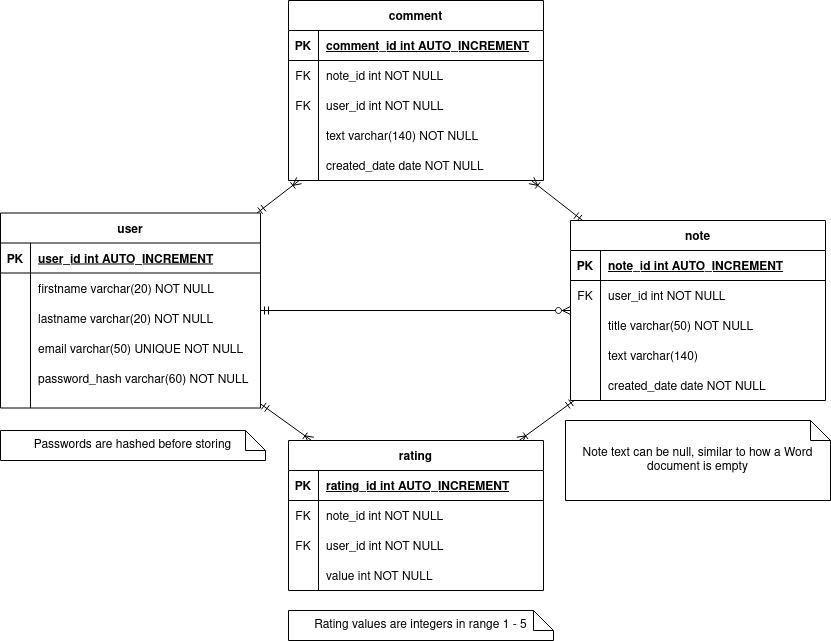
Before: docs/data_models.png, a diagram exported from draw.io (tha0pham/note-app). Source tidied: cells renumbered, new cells last; positions are measured from the earlier drawing's top-left corner, leaving out a move shared by most shapes.
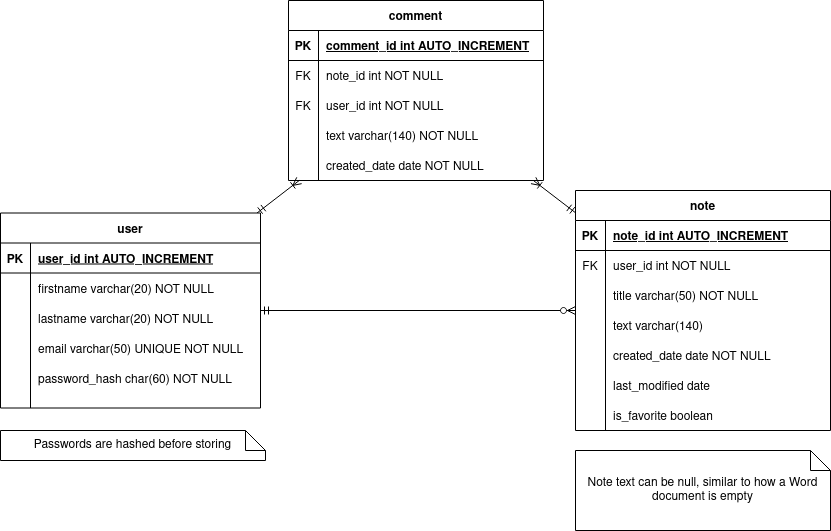
The same file after the commit.

Change to the diagram source:
```diff
@@ -2,14 +2,11 @@
   <root>
     <mxCell id="0" />
     <mxCell id="1" parent="0" />
-    <mxCell id="2" style="rounded=0;jettySize=auto;html=1;endArrow=ERoneToMany;endFill=0;startArrow=ERmandOne;startFill=0;" parent="1" edge="1" source="4" target="55">
-      <mxGeometry relative="1" as="geometry" />
-    </mxCell>
     <mxCell id="3" style="rounded=0;jettySize=auto;html=1;endArrow=ERoneToMany;endFill=0;startArrow=ERmandOne;startFill=0;" parent="1" edge="1" source="4" target="20">
       <mxGeometry relative="1" as="geometry" />
     </mxCell>
     <mxCell id="4" value="note" style="shape=table;startSize=30;rowLines=0;fontStyle=1;align=center;" parent="1" vertex="1">
-      <mxGeometry x="570" y="220" width="255" height="180" as="geometry" />
+      <mxGeometry x="575" y="190" width="255" height="240" as="geometry" />
     </mxCell>
     <mxCell id="5" style="shape=partialRectangle;fillColor=none;top=0;left=0;right=0;bottom=1;" parent="4" vertex="1">
       <mxGeometry y="30" width="255" height="30" as="geometry" />
@@ -56,6 +53,24 @@
     <mxCell id="19" value="created_date date NOT NULL" style="shape=partialRectangle;overflow=hidden;fillColor=none;top=0;left=0;bottom=0;right=0;align=left;spacingLeft=6;" parent="17" vertex="1">
       <mxGeometry x="30" width="225" height="30" as="geometry" />
     </mxCell>
+    <mxCell id="71" style="shape=partialRectangle;fillColor=none;top=0;left=0;right=0;bottom=0;" parent="4" vertex="1">
+      <mxGeometry y="180" width="255" height="30" as="geometry" />
+    </mxCell>
+    <mxCell id="72" style="shape=partialRectangle;overflow=hidden;fillColor=none;top=0;left=0;bottom=0;right=0;" parent="71" vertex="1">
+      <mxGeometry width="30" height="30" as="geometry" />
+    </mxCell>
+    <mxCell id="73" value="last_modified date" style="shape=partialRectangle;overflow=hidden;fillColor=none;top=0;left=0;bottom=0;right=0;align=left;spacingLeft=6;" parent="71" vertex="1">
+      <mxGeometry x="30" width="225" height="30" as="geometry" />
+    </mxCell>
+    <mxCell id="74" style="shape=partialRectangle;fillColor=none;top=0;left=0;right=0;bottom=0;" parent="4" vertex="1">
+      <mxGeometry y="210" width="255" height="30" as="geometry" />
+    </mxCell>
+    <mxCell id="75" style="shape=partialRectangle;overflow=hidden;fillColor=none;top=0;left=0;bottom=0;right=0;" parent="74" vertex="1">
+      <mxGeometry width="30" height="30" as="geometry" />
+    </mxCell>
+    <mxCell id="76" value="is_favorite boolean" style="shape=partialRectangle;overflow=hidden;fillColor=none;top=0;left=0;bottom=0;right=0;align=left;spacingLeft=6;" parent="74" vertex="1">
+      <mxGeometry x="30" width="225" height="30" as="geometry" />
+    </mxCell>
     <mxCell id="20" value="comment" style="shape=table;startSize=30;rowLines=0;fontStyle=1;align=center;" parent="1" vertex="1">
       <mxGeometry x="288" width="255" height="180" as="geometry" />
     </mxCell>
@@ -110,9 +125,6 @@
     <mxCell id="37" style="rounded=0;jettySize=auto;html=1;endArrow=ERzeroToMany;endFill=1;startArrow=ERmandOne;startFill=0;" parent="1" edge="1" source="39" target="4">
       <mxGeometry relative="1" as="geometry" />
     </mxCell>
-    <mxCell id="38" style="rounded=0;jettySize=auto;html=1;endArrow=ERoneToMany;endFill=0;startArrow=ERmandOne;startFill=0;" parent="1" edge="1" source="39" target="55">
-      <mxGeometry relative="1" as="geometry" />
-    </mxCell>
     <mxCell id="39" value="user" style="shape=table;startSize=30;rowLines=0;fontStyle=1;align=center;" parent="1" vertex="1">
       <mxGeometry y="212.5" width="260" height="195" as="geometry" />
     </mxCell>
@@ -158,56 +170,14 @@
     <mxCell id="53" style="shape=partialRectangle;overflow=hidden;fillColor=none;top=0;left=0;bottom=0;right=0;" parent="52" vertex="1">
       <mxGeometry width="30" height="30" as="geometry" />
     </mxCell>
-    <mxCell id="54" value="password_hash varchar(60) NOT NULL" style="shape=partialRectangle;overflow=hidden;fillColor=none;top=0;left=0;bottom=0;right=0;align=left;spacingLeft=6;" parent="52" vertex="1">
+    <mxCell id="54" value="password_hash char(60) NOT NULL" style="shape=partialRectangle;overflow=hidden;fillColor=none;top=0;left=0;bottom=0;right=0;align=left;spacingLeft=6;" parent="52" vertex="1">
       <mxGeometry x="30" width="230" height="30" as="geometry" />
     </mxCell>
-    <mxCell id="55" value="rating" style="shape=table;startSize=30;rowLines=0;fontStyle=1;align=center;" parent="1" vertex="1">
-      <mxGeometry x="288" y="440" width="255" height="150" as="geometry" />
-    </mxCell>
-    <mxCell id="56" style="shape=partialRectangle;fillColor=none;top=0;left=0;right=0;bottom=1;" parent="55" vertex="1">
-      <mxGeometry y="30" width="255" height="30" as="geometry" />
-    </mxCell>
-    <mxCell id="57" value="PK" style="shape=partialRectangle;overflow=hidden;fillColor=none;top=0;left=0;bottom=0;right=0;fontStyle=1;" parent="56" vertex="1">
-      <mxGeometry width="30" height="30" as="geometry" />
-    </mxCell>
-    <mxCell id="58" value="rating_id int AUTO_INCREMENT " style="shape=partialRectangle;overflow=hidden;fillColor=none;top=0;left=0;bottom=0;right=0;align=left;spacingLeft=6;fontStyle=5;" parent="56" vertex="1">
-      <mxGeometry x="30" width="225" height="30" as="geometry" />
-    </mxCell>
-    <mxCell id="59" style="shape=partialRectangle;fillColor=none;top=0;left=0;right=0;bottom=0;" parent="55" vertex="1">
-      <mxGeometry y="60" width="255" height="30" as="geometry" />
-    </mxCell>
-    <mxCell id="60" value="FK" style="shape=partialRectangle;overflow=hidden;fillColor=none;top=0;left=0;bottom=0;right=0;" parent="59" vertex="1">
-      <mxGeometry width="30" height="30" as="geometry" />
-    </mxCell>
-    <mxCell id="61" value="note_id int NOT NULL" style="shape=partialRectangle;overflow=hidden;fillColor=none;top=0;left=0;bottom=0;right=0;align=left;spacingLeft=6;" parent="59" vertex="1">
-      <mxGeometry x="30" width="225" height="30" as="geometry" />
-    </mxCell>
-    <mxCell id="62" style="shape=partialRectangle;fillColor=none;top=0;left=0;right=0;bottom=0;" parent="55" vertex="1">
-      <mxGeometry y="90" width="255" height="30" as="geometry" />
-    </mxCell>
-    <mxCell id="63" value="FK" style="shape=partialRectangle;overflow=hidden;fillColor=none;top=0;left=0;bottom=0;right=0;" parent="62" vertex="1">
-      <mxGeometry width="30" height="30" as="geometry" />
-    </mxCell>
-    <mxCell id="64" value="user_id int NOT NULL" style="shape=partialRectangle;overflow=hidden;fillColor=none;top=0;left=0;bottom=0;right=0;align=left;spacingLeft=6;" parent="62" vertex="1">
-      <mxGeometry x="30" width="225" height="30" as="geometry" />
-    </mxCell>
-    <mxCell id="65" style="shape=partialRectangle;fillColor=none;top=0;left=0;right=0;bottom=0;" parent="55" vertex="1">
-      <mxGeometry y="120" width="255" height="30" as="geometry" />
-    </mxCell>
-    <mxCell id="66" style="shape=partialRectangle;overflow=hidden;fillColor=none;top=0;left=0;bottom=0;right=0;" parent="65" vertex="1">
-      <mxGeometry width="30" height="30" as="geometry" />
-    </mxCell>
-    <mxCell id="67" value="value int NOT NULL" style="shape=partialRectangle;overflow=hidden;fillColor=none;top=0;left=0;bottom=0;right=0;align=left;spacingLeft=6;" parent="65" vertex="1">
-      <mxGeometry x="30" width="225" height="30" as="geometry" />
-    </mxCell>
-    <mxCell id="68" value="Rating values are integers in range 1 - 5" style="shape=note;size=20;whiteSpace=wrap;html=1;" parent="1" vertex="1">
-      <mxGeometry x="288" y="610" width="265" height="30" as="geometry" />
-    </mxCell>
     <mxCell id="69" value="Passwords are hashed before storing" style="shape=note;size=20;whiteSpace=wrap;html=1;" parent="1" vertex="1">
       <mxGeometry y="430" width="265" height="30" as="geometry" />
     </mxCell>
     <mxCell id="70" value="Note text can be null, similar to how a Word document is empty" style="shape=note;size=20;whiteSpace=wrap;html=1;" parent="1" vertex="1">
-      <mxGeometry x="565" y="420" width="265" height="80" as="geometry" />
+      <mxGeometry x="575" y="450" width="255" height="80" as="geometry" />
     </mxCell>
   </root>
 </mxGraphModel>
```
